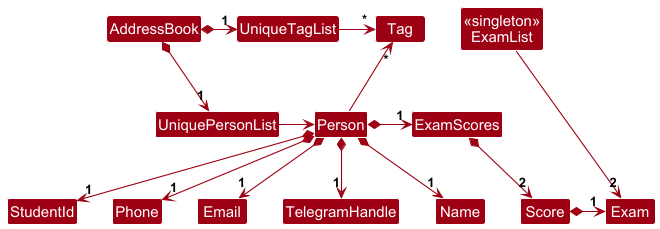
Before: docs/images/BetterModelClassDiagram.png, a diagram exported from PlantUML (yoyongxuan/tp).
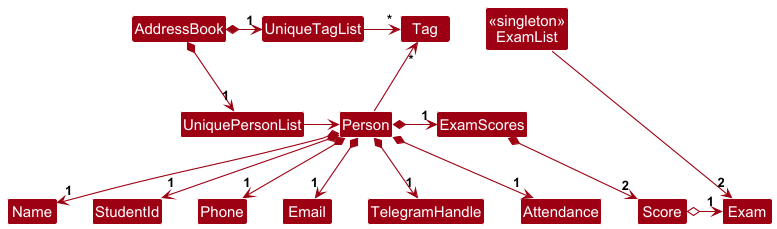
The same diagram one commit later.

Commit message:
Update Model UML diagrams

The edit, as a diff of the source:
```diff
@@ -22,11 +22,12 @@
 Person -up-> "*" Tag
 Person *-right-> "1" ExamScores
 ExamScores *--> "2" Score
-Score *-right-> "1" Exam
+Score o-right-> "1" Exam
 
 Person *--> "1" Name
 Person *--> "1" StudentId
 Person *--> "1" Phone
 Person *--> "1" Email
 Person *--> "1" TelegramHandle
+Person *--> "1" Attendance
 @enduml
```
